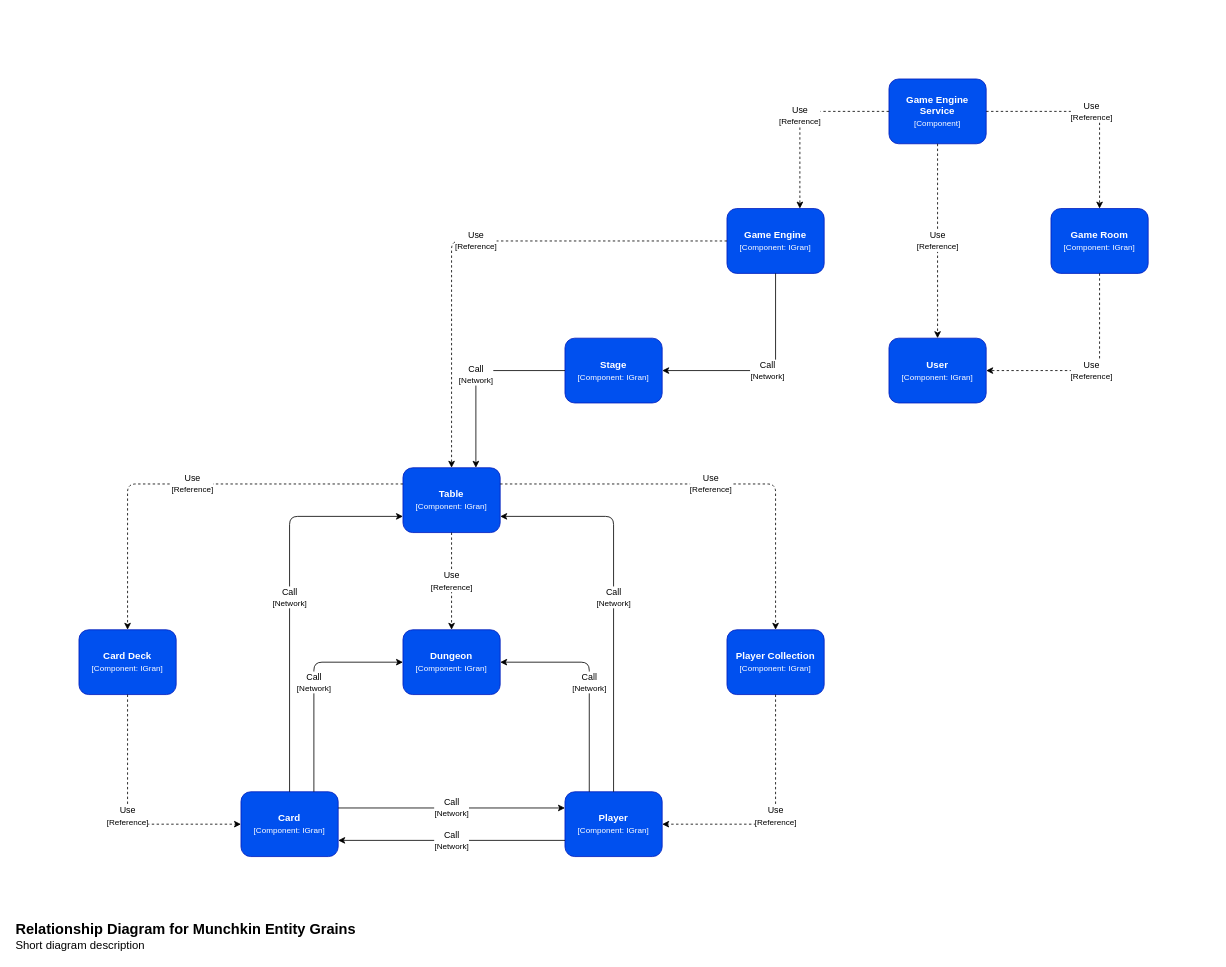
The draw.io diagram page "orleans.grains.communication" (2 of 3) of docs/diagrams/munchkin.drawio in walking-down-the-silence/munchkin, before the edit. Source tidied: cells renumbered, new cells numbered last; positions are measured from the earlier drawing's top-left corner, leaving out a move shared by most shapes. Both pictures are drawn from the tidied source at 81%, with x=0, y=0 at pixel (14, 14).
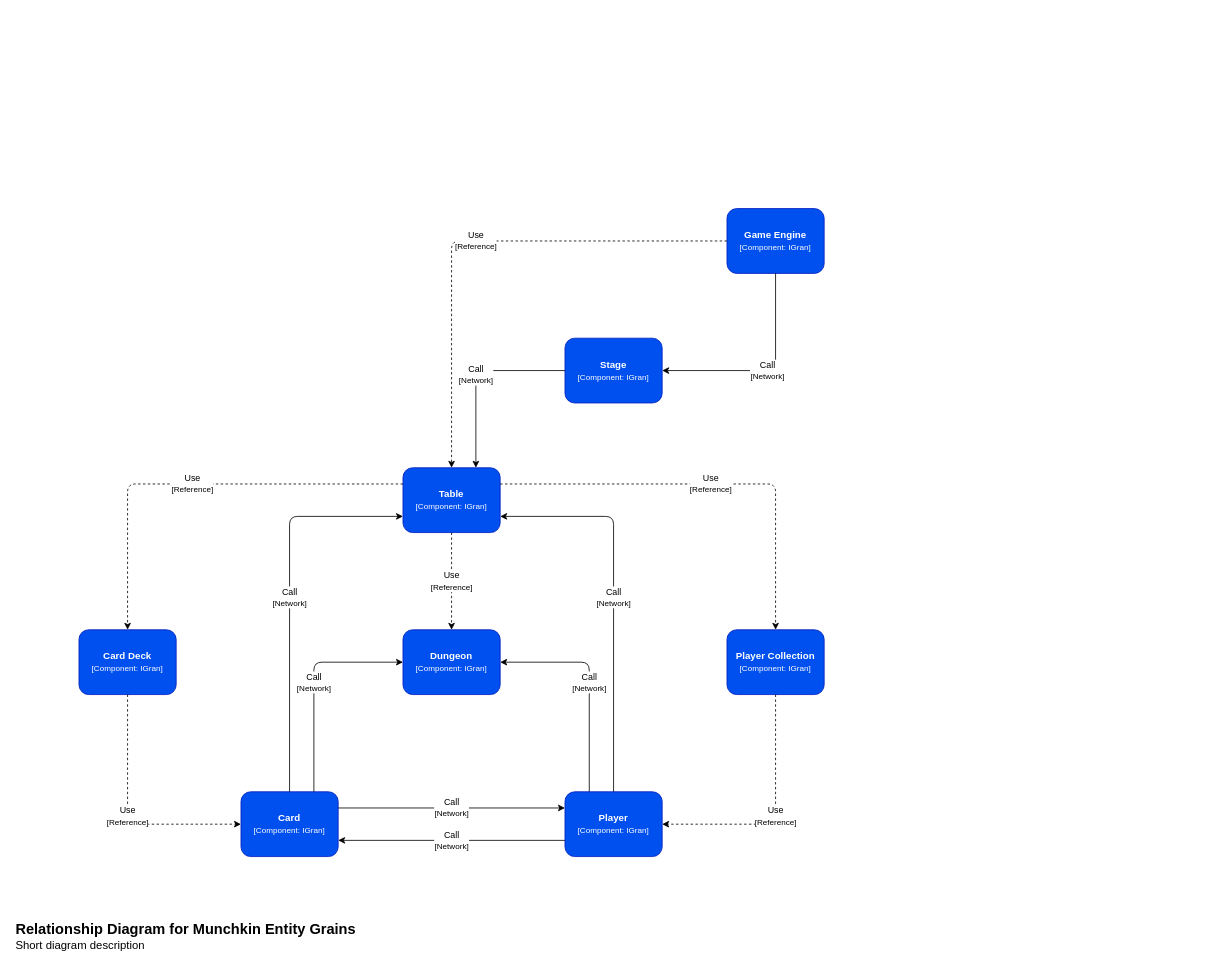
The same diagram, later.

The change refers to these unchanged cells:
```xml
<mxCell id="14" value="&lt;b&gt;Game Engine&lt;br&gt;&lt;/b&gt;&lt;font style=&quot;font-size: 10px&quot;&gt;[Component: IGran]&lt;br&gt;&lt;/font&gt;" style="rounded=1;whiteSpace=wrap;html=1;fillColor=#0050ef;strokeColor=#001DBC;fontColor=#ffffff;align=center;" parent="1" vertex="1">
  <mxGeometry x="880" y="240" width="120" height="80" as="geometry" />
</mxCell>
```

Diff of the diagram source:
```diff
@@
     <mxCell id="2" value="&lt;b&gt;&lt;font style=&quot;font-size: 18px&quot;&gt;Relationship Diagram for Munchkin Entity Grains&lt;/font&gt;&lt;/b&gt;&lt;br&gt;&lt;font style=&quot;font-size: 14px&quot;&gt;Short diagram description&lt;/font&gt;" style="rounded=0;whiteSpace=wrap;html=1;verticalAlign=bottom;align=left;strokeColor=none;" parent="1" vertex="1">
-      <mxGeometry width="1480" height="1160" as="geometry" />
+      <mxGeometry y="160" width="1080" height="1000" as="geometry" />
     </mxCell>
@@
-    <mxCell id="10" value="&lt;b&gt;User&lt;br&gt;&lt;/b&gt;&lt;font style=&quot;font-size: 10px&quot;&gt;[Component: IGran]&lt;br&gt;&lt;/font&gt;" style="rounded=1;whiteSpace=wrap;html=1;fillColor=#0050ef;strokeColor=#001DBC;fontColor=#ffffff;align=center;" parent="1" vertex="1">
-      <mxGeometry x="1080" y="400" width="120" height="80" as="geometry" />
-    </mxCell>
-    <mxCell id="11" value="&lt;b&gt;Game Room&lt;br&gt;&lt;/b&gt;&lt;font style=&quot;font-size: 10px&quot;&gt;[Component: IGran]&lt;br&gt;&lt;/font&gt;" style="rounded=1;whiteSpace=wrap;html=1;fillColor=#0050ef;strokeColor=#001DBC;fontColor=#ffffff;align=center;" parent="1" vertex="1">
-      <mxGeometry x="1280" y="240" width="120" height="80" as="geometry" />
-    </mxCell>
@@
-    <mxCell id="13" value="Use&lt;br&gt;&lt;font style=&quot;font-size: 10px&quot;&gt;[Reference]&lt;/font&gt;" style="endArrow=classic;html=1;dashed=1;edgeStyle=orthogonalEdgeStyle;entryX=1;entryY=0.5;entryDx=0;entryDy=0;exitX=0.5;exitY=1;exitDx=0;exitDy=0;" parent="1" edge="1" source="11" target="10">
-      <mxGeometry relative="1" as="geometry" />
-    </mxCell>
@@
-    <mxCell id="19" value="&lt;b&gt;Game Engine Service&lt;br&gt;&lt;/b&gt;&lt;font style=&quot;font-size: 10px&quot;&gt;[Component]&lt;br&gt;&lt;/font&gt;" style="rounded=1;whiteSpace=wrap;html=1;fillColor=#0050ef;strokeColor=#001DBC;fontColor=#ffffff;align=center;" parent="1" vertex="1">
-      <mxGeometry x="1080" y="80" width="120" height="80" as="geometry" />
-    </mxCell>
-    <mxCell id="20" value="Use&lt;br&gt;&lt;font style=&quot;font-size: 10px&quot;&gt;[Reference]&lt;/font&gt;" style="endArrow=classic;html=1;dashed=1;edgeStyle=orthogonalEdgeStyle;entryX=0.75;entryY=0;entryDx=0;entryDy=0;" parent="1" edge="1" source="19" target="14">
-      <mxGeometry relative="1" as="geometry" />
-    </mxCell>
-    <mxCell id="21" value="Use&lt;br&gt;&lt;font style=&quot;font-size: 10px&quot;&gt;[Reference]&lt;/font&gt;" style="endArrow=classic;html=1;dashed=1;edgeStyle=orthogonalEdgeStyle;entryX=0.5;entryY=0;entryDx=0;entryDy=0;" parent="1" edge="1" source="19" target="10">
-      <mxGeometry relative="1" as="geometry" />
-    </mxCell>
@@
-    <mxCell id="26" value="Use&lt;br&gt;&lt;font style=&quot;font-size: 10px&quot;&gt;[Reference]&lt;/font&gt;" style="endArrow=classic;html=1;dashed=1;edgeStyle=orthogonalEdgeStyle;exitX=1;exitY=0.5;exitDx=0;exitDy=0;" parent="1" edge="1" source="19" target="11">
-      <mxGeometry relative="1" as="geometry" />
-    </mxCell>
```
